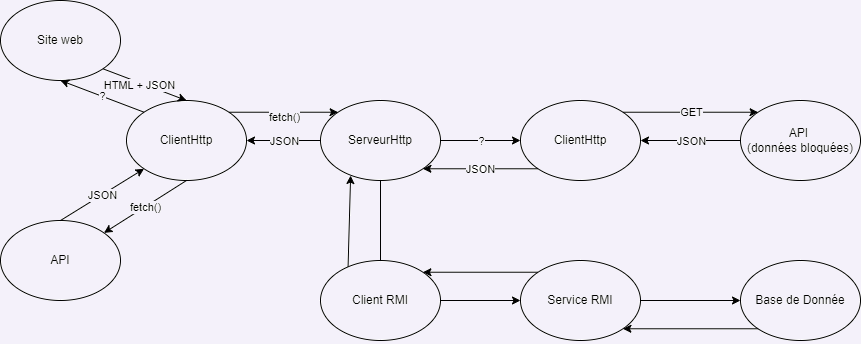
This is web/architecture.png from LucDechezlepretre/Projet_application_repartie, a draw.io export, as it was before one commit. Source tidied: cells renumbered, new cells last; positions are measured from the earlier drawing's top-left corner, leaving out a move shared by most shapes.
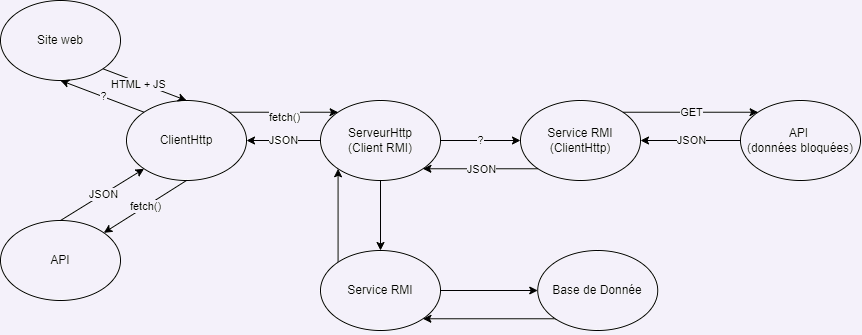
Later version of the same file.

Commit message:
modification du schéma

Change to the diagram source:
```diff
@@ -26,7 +26,7 @@
     <mxCell id="9" style="endArrow=classic;html=1;rounded=0;exitX=1;exitY=1;exitDx=0;exitDy=0;entryX=0.5;entryY=0;entryDx=0;entryDy=0;" parent="1" edge="1" source="8" target="3">
       <mxGeometry relative="1" as="geometry" />
     </mxCell>
-    <mxCell id="10" value="HTML + JSON" style="edgeLabel;html=1;align=center;verticalAlign=middle;" parent="9" vertex="1">
+    <mxCell id="10" value="HTML + JS" style="edgeLabel;html=1;align=center;verticalAlign=middle;" parent="9" vertex="1">
       <mxGeometry relative="1" as="geometry">
         <mxPoint x="-6" as="offset" />
       </mxGeometry>
@@ -37,7 +37,7 @@
     <mxCell id="12" value="?" style="edgeLabel;html=1;align=center;verticalAlign=middle;" parent="11" vertex="1">
       <mxGeometry relative="1" as="geometry" />
     </mxCell>
-    <mxCell id="13" value="ServeurHttp" style="ellipse;whiteSpace=wrap;html=1;" parent="1" vertex="1">
+    <mxCell id="13" value="ServeurHttp&lt;div&gt;(&lt;span style=&quot;background-color: initial;&quot;&gt;Client RMI)&lt;/span&gt;&lt;/div&gt;" style="ellipse;whiteSpace=wrap;html=1;" parent="1" vertex="1">
       <mxGeometry x="320" y="100" width="120" height="80" as="geometry" />
     </mxCell>
     <mxCell id="14" style="endArrow=classic;html=1;rounded=0;exitX=1;exitY=0;exitDx=0;exitDy=0;entryX=0;entryY=0;entryDx=0;entryDy=0;" parent="1" edge="1" source="3" target="13">
@@ -54,7 +54,7 @@
     <mxCell id="17" value="JSON" style="edgeLabel;html=1;align=center;verticalAlign=middle;" parent="16" vertex="1">
       <mxGeometry relative="1" as="geometry" />
     </mxCell>
-    <mxCell id="18" value="ClientHttp" style="ellipse;whiteSpace=wrap;html=1;" parent="1" vertex="1">
+    <mxCell id="18" value="Service RMI&lt;div&gt;(ClientHttp)&lt;/div&gt;" style="ellipse;whiteSpace=wrap;html=1;" parent="1" vertex="1">
       <mxGeometry x="520" y="100" width="120" height="80" as="geometry" />
     </mxCell>
     <mxCell id="19" style="endArrow=classic;html=1;rounded=0;exitX=0;exitY=1;exitDx=0;exitDy=0;entryX=1;entryY=1;entryDx=0;entryDy=0;" parent="1" edge="1" source="18" target="13">
@@ -84,41 +84,28 @@
     <mxCell id="27" value="GET" style="edgeLabel;html=1;align=center;verticalAlign=middle;" parent="26" vertex="1">
       <mxGeometry relative="1" as="geometry" />
     </mxCell>
-    <mxCell id="28" style="endArrow=classic;html=1;rounded=0;entryX=1;entryY=0;entryDx=0;entryDy=0;exitX=0;exitY=0;exitDx=0;exitDy=0;" parent="1" edge="1" source="35" target="34">
+    <mxCell id="28" style="endArrow=classic;html=1;rounded=0;entryX=0;entryY=1;entryDx=0;entryDy=0;exitX=0;exitY=0;exitDx=0;exitDy=0;" parent="1" edge="1" source="35" target="13">
       <mxGeometry relative="1" as="geometry" />
     </mxCell>
-    <mxCell id="29" style="endArrow=classic;html=1;rounded=0;entryX=0;entryY=0.5;entryDx=0;entryDy=0;exitX=1;exitY=0.5;exitDx=0;exitDy=0;" parent="1" edge="1" source="34" target="35">
+    <mxCell id="29" style="endArrow=classic;html=1;rounded=0;entryX=0.5;entryY=0;entryDx=0;entryDy=0;exitX=0.5;exitY=1;exitDx=0;exitDy=0;" parent="1" edge="1" source="13" target="35">
       <mxGeometry relative="1" as="geometry" />
     </mxCell>
     <mxCell id="30" style="endArrow=classic;html=1;rounded=0;exitX=0;exitY=1;exitDx=0;exitDy=0;entryX=1;entryY=0.5;entryDx=0;entryDy=0;" parent="1" edge="1" source="37">
       <mxGeometry relative="1" as="geometry">
-        <mxPoint x="810" y="335" as="targetPoint" />
+        <mxPoint x="607.2" y="325" as="targetPoint" />
       </mxGeometry>
     </mxCell>
     <mxCell id="31" style="endArrow=classic;html=1;rounded=0;exitX=0;exitY=1;exitDx=0;exitDy=0;entryX=1;entryY=1;entryDx=0;entryDy=0;" parent="1" edge="1" source="37" target="35">
       <mxGeometry relative="1" as="geometry" />
     </mxCell>
-    <mxCell id="32" style="endArrow=classic;html=1;rounded=0;entryX=0.251;entryY=0.938;entryDx=0;entryDy=0;exitX=0;exitY=0;exitDx=0;exitDy=0;entryPerimeter=0;" parent="1" edge="1" target="13">
-      <mxGeometry relative="1" as="geometry">
-        <mxPoint x="347.3" y="277.4" as="sourcePoint" />
-      </mxGeometry>
-    </mxCell>
-    <mxCell id="33" style="endArrow=classic;html=1;rounded=0;entryX=0.5;entryY=0;entryDx=0;entryDy=0;exitX=0.5;exitY=1;exitDx=0;exitDy=0;" parent="1" edge="1" source="13">
-      <mxGeometry relative="1" as="geometry">
-        <mxPoint x="380" y="270" as="targetPoint" />
-      </mxGeometry>
-    </mxCell>
-    <mxCell id="34" value="Client RMI" style="ellipse;whiteSpace=wrap;html=1;" parent="1" vertex="1">
-      <mxGeometry x="320" y="260" width="120" height="80" as="geometry" />
-    </mxCell>
     <mxCell id="35" value="Service RMI" style="ellipse;whiteSpace=wrap;html=1;" parent="1" vertex="1">
-      <mxGeometry x="520" y="260" width="120" height="80" as="geometry" />
+      <mxGeometry x="320" y="250" width="120" height="80" as="geometry" />
     </mxCell>
     <mxCell id="36" style="endArrow=classic;html=1;rounded=0;exitX=1;exitY=0.5;exitDx=0;exitDy=0;entryX=0;entryY=0.5;entryDx=0;entryDy=0;" parent="1" edge="1" source="35" target="37">
       <mxGeometry relative="1" as="geometry" />
     </mxCell>
     <mxCell id="37" value="Base de Donnée" style="ellipse;whiteSpace=wrap;html=1;" parent="1" vertex="1">
-      <mxGeometry x="740" y="260" width="120" height="80" as="geometry" />
+      <mxGeometry x="537.2" y="250" width="120" height="80" as="geometry" />
     </mxCell>
   </root>
 </mxGraphModel>
```
